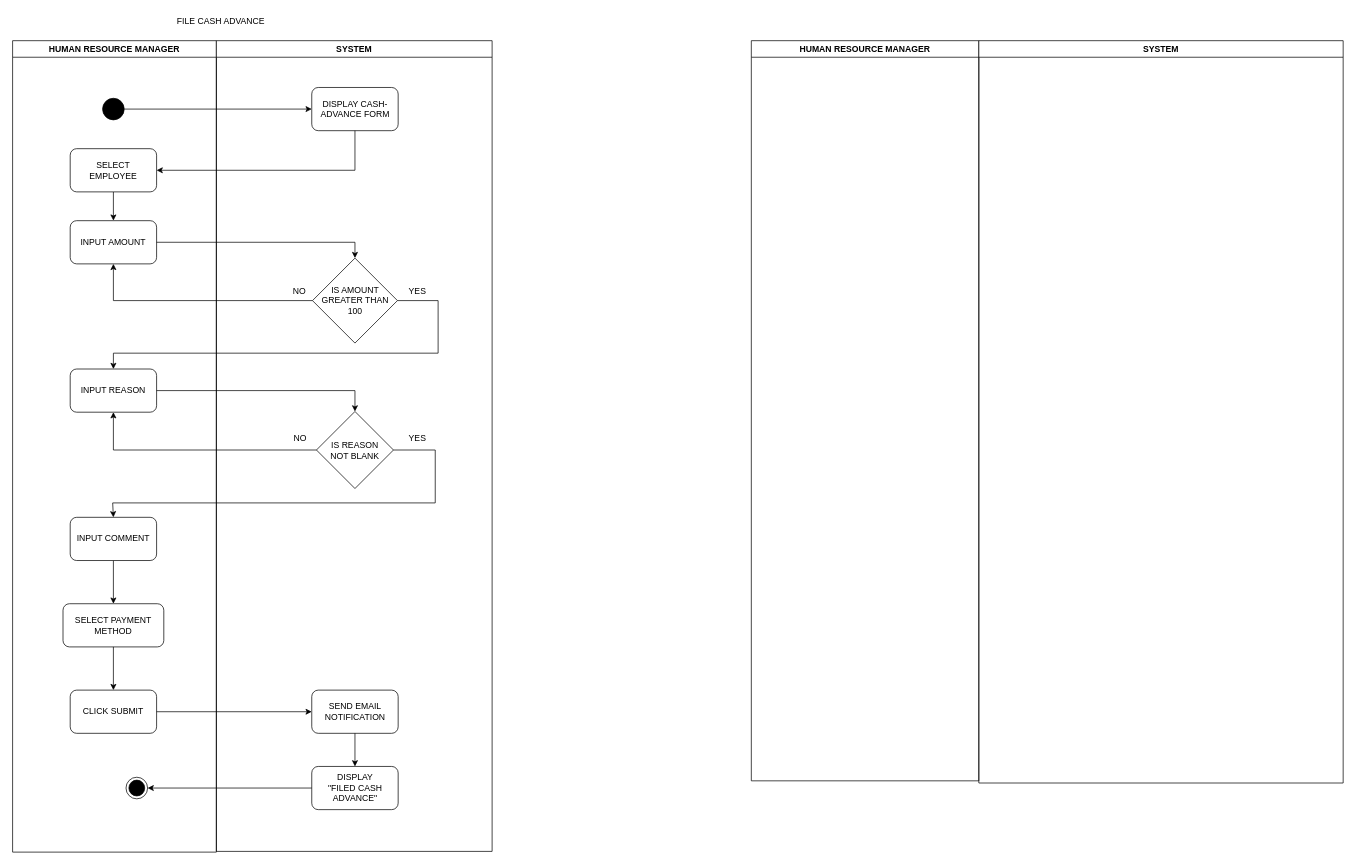
Before: drawio/admin/payroll/cash-advance.drawio in hdhris/hd-hris, a draw.io diagram. Source tidied: cells renumbered, new cells numbered last; positions are measured from the earlier drawing's top-left corner, leaving out a move shared by most shapes. Both pictures are drawn from the tidied source at 72%, with x=0, y=0 at pixel (12, 12).
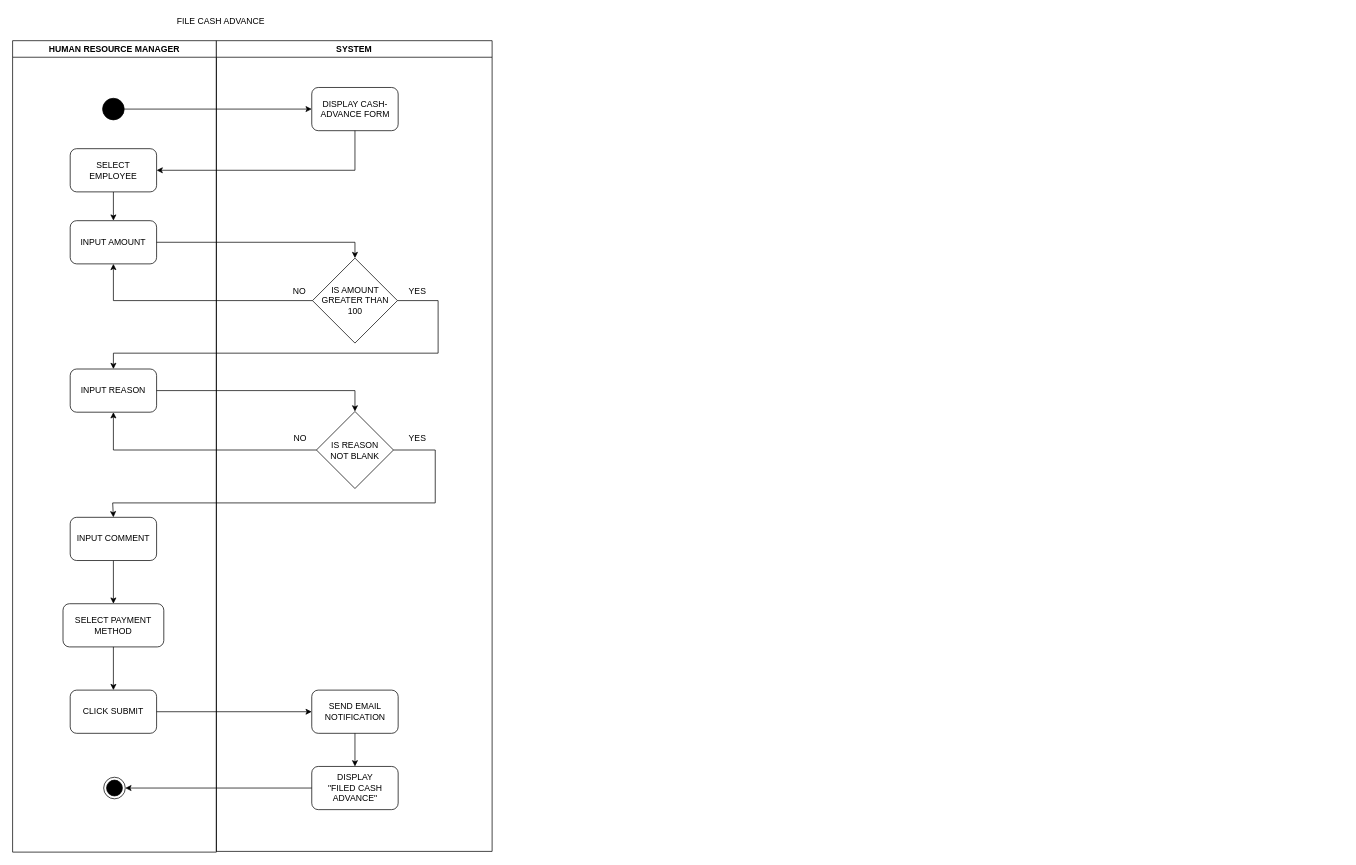
Above is the later version.

Unchanged cells that the change refers to:
```xml
<mxCell id="2" value="HUMAN RESOURCE MANAGER" style="swimlane;whiteSpace=wrap;html=1;" parent="1" vertex="1">
  <mxGeometry y="39" width="283" height="1127" as="geometry" />
</mxCell>
```

What changed in the source:
```diff
@@
+    <mxCell id="30" style="ellipse;html=1;shape=endState;fillColor=strokeColor;" parent="2" vertex="1">
+      <mxGeometry x="126.5" y="1023" width="30" height="30" as="geometry" />
+    </mxCell>
@@
-    <mxCell id="28" value="HUMAN RESOURCE MANAGER" style="swimlane;whiteSpace=wrap;html=1;" parent="1" vertex="1">
-      <mxGeometry x="1026" y="39" width="316" height="1028" as="geometry" />
-    </mxCell>
-    <mxCell id="29" value="SYSTEM" style="swimlane;whiteSpace=wrap;html=1;" parent="1" vertex="1">
-      <mxGeometry x="1342" y="39" width="506" height="1031" as="geometry" />
-    </mxCell>
-    <mxCell id="30" style="ellipse;html=1;shape=endState;fillColor=strokeColor;" parent="1" vertex="1">
-      <mxGeometry x="157.5" y="1062" width="30" height="30" as="geometry" />
-    </mxCell>
```
